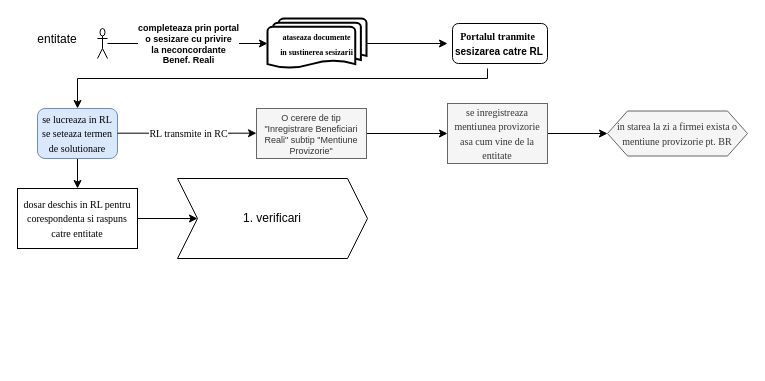
This is mentProv1.drawio from gabrielaMihaiEu/grafice_onrc, a draw.io file, before an edit. Source tidied: cells renumbered, new cells numbered last; positions are measured from the earlier drawing's top-left corner, leaving out a move shared by most shapes. Both pictures are drawn from the tidied source at 100%, with x=0, y=0 at pixel (17, 18).
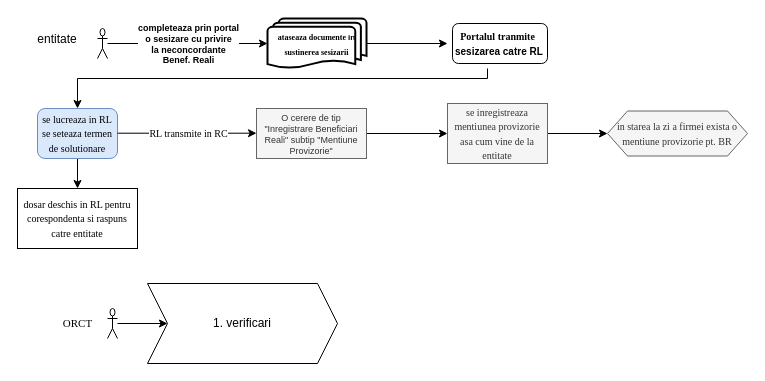
The same page after the edit.

Unchanged cells that the change refers to:
```xml
<mxCell id="13" value="&lt;font style=&quot;font-size: 10px;&quot; face=&quot;Times New Roman&quot;&gt;dosar deschis in RL pentru corespondenta si raspuns catre entitate&lt;/font&gt;" style="whiteSpace=wrap;html=1;" parent="1" vertex="1">
  <mxGeometry y="170" width="120" height="60" as="geometry" />
</mxCell>
```

Change to the diagram source:
```diff
@@
-    <mxCell id="8" value="&lt;div&gt;&lt;font face=&quot;Times New Roman&quot; style=&quot;font-size: 8px;&quot;&gt;&lt;b&gt;ataseaza documente&lt;/b&gt;&lt;/font&gt;&lt;/div&gt;&lt;div&gt;&lt;font face=&quot;Times New Roman&quot; style=&quot;font-size: 8px;&quot;&gt;&lt;b&gt;in sustinerea sesizarii&lt;br&gt;&lt;/b&gt;&lt;/font&gt;&lt;/div&gt;" style="strokeWidth=2;html=1;shape=mxgraph.flowchart.multi-document;whiteSpace=wrap;" parent="1" vertex="1">
+    <mxCell id="8" value="&lt;div&gt;&lt;font face=&quot;Times New Roman&quot; style=&quot;font-size: 8px;&quot;&gt;&lt;b&gt;ataseaza documente &lt;/b&gt;&lt;/font&gt;&lt;font face=&quot;dnyAGkNtWK1r6aDBjvo1&quot; style=&quot;font-size: 8px;&quot;&gt;&lt;b&gt;in &lt;/b&gt;&lt;/font&gt;&lt;font face=&quot;Times New Roman&quot; style=&quot;font-size: 8px;&quot;&gt;&lt;b&gt;sustinerea sesizarii&lt;/b&gt;&lt;/font&gt;&lt;font face=&quot;QtF6yI8JsvQuOGEIZyIr&quot; style=&quot;font-size: 8px;&quot;&gt;&lt;b&gt;&lt;br&gt;&lt;/b&gt;&lt;/font&gt;&lt;/div&gt;" style="strokeWidth=2;html=1;shape=mxgraph.flowchart.multi-document;whiteSpace=wrap;" parent="1" vertex="1">
       <mxGeometry x="250" width="99" height="50" as="geometry" />
     </mxCell>
@@
-    <mxCell id="12" style="edgeStyle=orthogonalEdgeStyle;rounded=0;jettySize=auto;html=1;" parent="1" edge="1" source="13" target="21">
-      <mxGeometry relative="1" as="geometry" />
-    </mxCell>
@@
     <mxCell id="21" value="1. verificari" style="shape=step;perimeter=stepPerimeter;whiteSpace=wrap;html=1;fixedSize=1;" parent="1" vertex="1">
-      <mxGeometry x="160" y="160" width="190" height="80" as="geometry" />
+      <mxGeometry x="130" y="265" width="190" height="80" as="geometry" />
     </mxCell>
@@
+    <mxCell id="23" style="edgeStyle=orthogonalEdgeStyle;rounded=0;jettySize=auto;html=1;" parent="1" edge="1" source="24" target="21">
+      <mxGeometry relative="1" as="geometry" />
+    </mxCell>
+    <mxCell id="24" value="Actor" style="shape=umlActor;verticalLabelPosition=bottom;verticalAlign=top;html=1;labelPadding=0;noLabel=1;" parent="1" vertex="1">
+      <mxGeometry x="90" y="290" width="10" height="30" as="geometry" />
+    </mxCell>
+    <mxCell id="25" value="&lt;font style=&quot;font-size: 11px;&quot; face=&quot;Times New Roman&quot;&gt;ORCT&lt;/font&gt;" style="text;html=1;align=center;verticalAlign=middle;strokeColor=none;fillColor=none;" parent="1" vertex="1">
+      <mxGeometry x="35" y="290" width="50" height="30" as="geometry" />
+    </mxCell>
```
